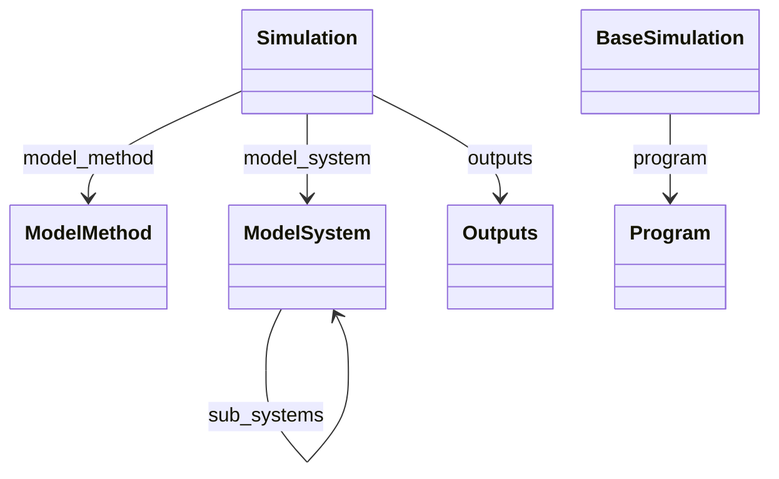
Earlier version of the Mermaid export docs/assets/diagrams/simulation_0.png (FAIRmat-NFDI/nomad-simulations). Its source is kept beside it as docs/assets/diagrams/simulation_0.png.mmd.
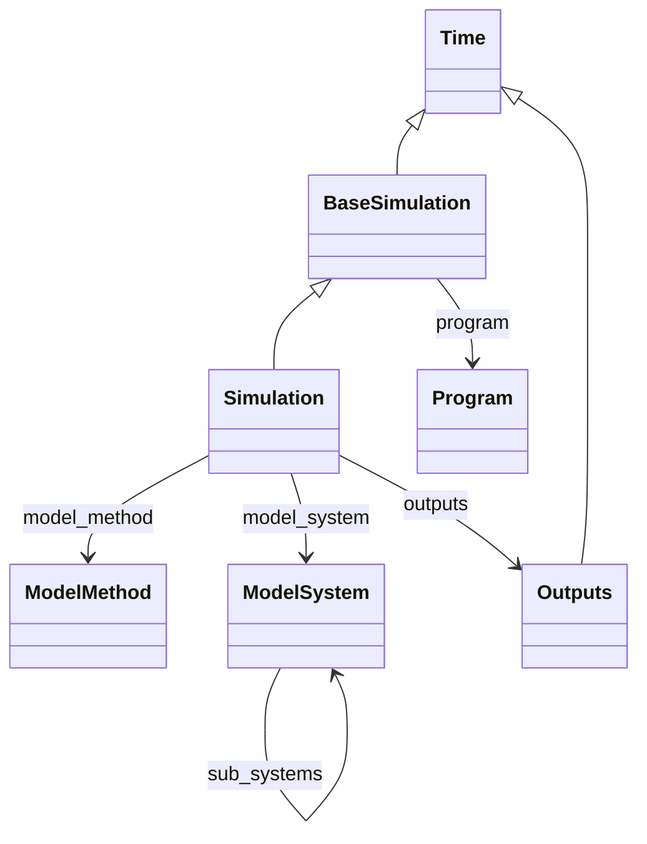
After the change.

The edit, as a diff of the source:
```diff
@@ -5,6 +5,10 @@
     class Outputs
     class Program
     class Simulation
+    class Time
+    Time <|-- BaseSimulation
+    Time <|-- Outputs
+    BaseSimulation <|-- Simulation
     BaseSimulation --> Program : program
     ModelSystem --> ModelSystem : sub_systems
     Simulation --> ModelMethod : model_method
```
